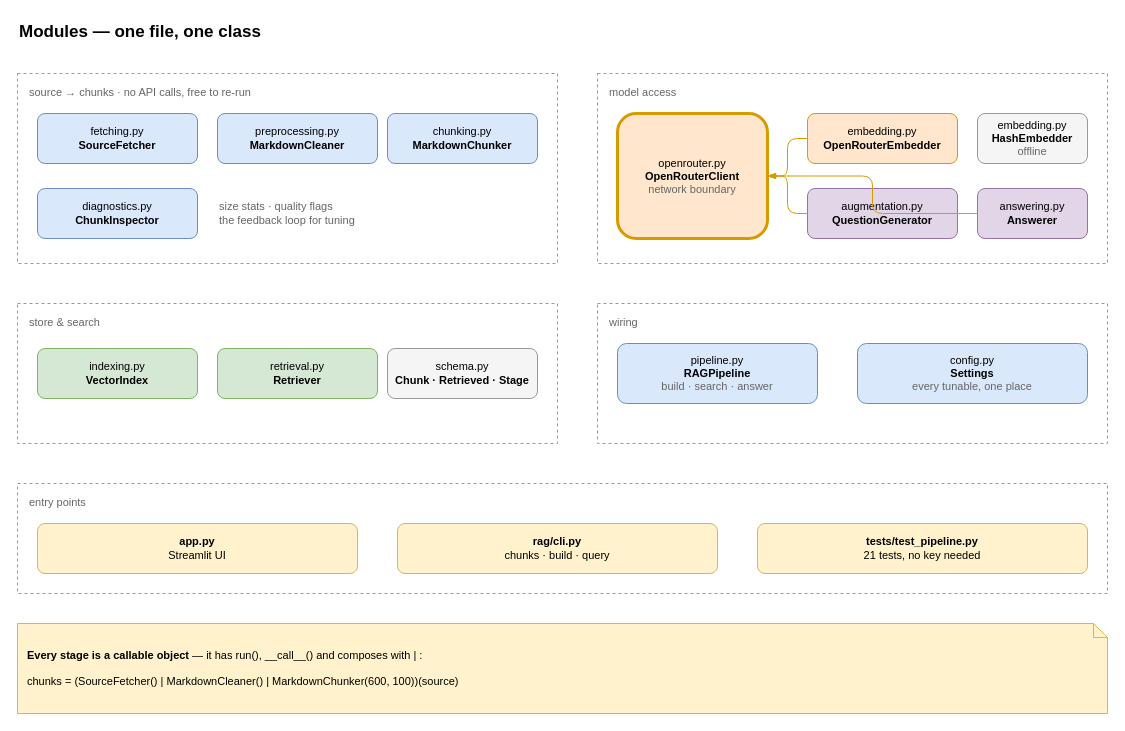
This is page "2 · Modules" (3 of 15) of architecture.drawio from marwan-osama/athletic-suppliments-RAG, a draw.io file, before an edit. Source tidied: cells renumbered, new cells numbered last; positions are measured from the earlier drawing's top-left corner, leaving out a move shared by most shapes. Both pictures are drawn from the tidied source at 100%, with x=0, y=0 at pixel (17, 17).
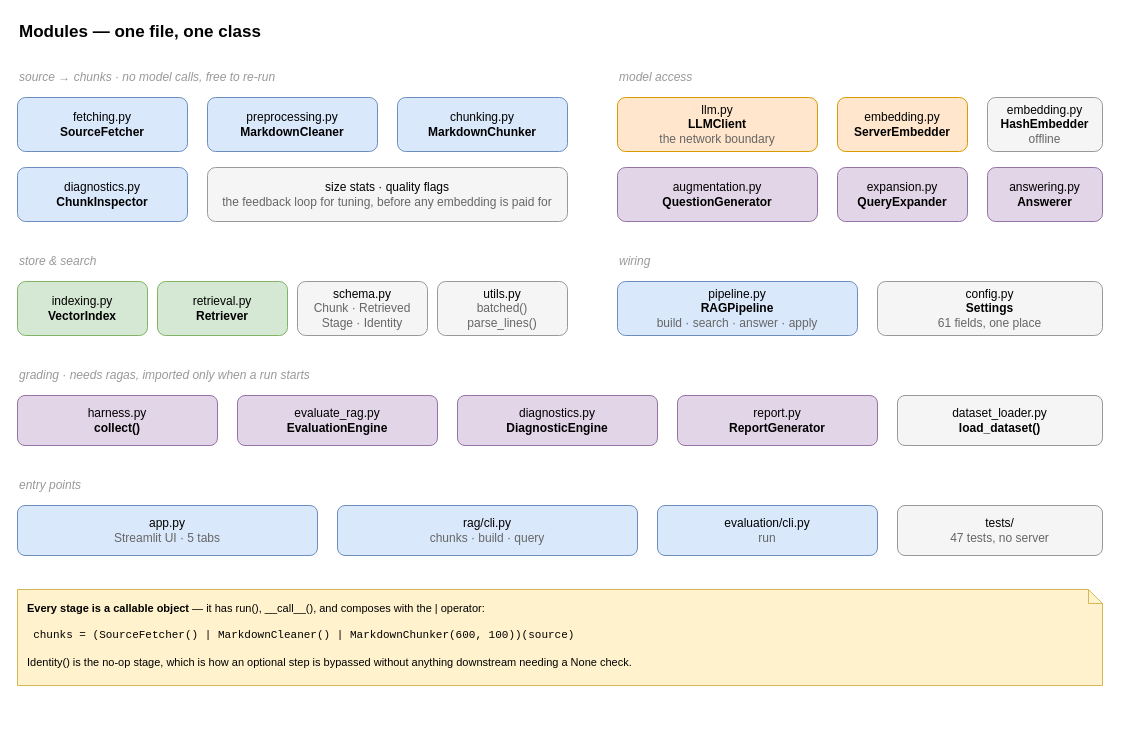
Above is the later version.

The edit, as a diff of the source:
```diff
@@
-    <mxCell id="2" value="Modules — one file, one class" style="text;html=1;fontSize=17;fontStyle=1;align=left;verticalAlign=middle;" parent="1" vertex="1">
-      <mxGeometry width="500" height="30" as="geometry" />
+    <mxCell id="2" value="Modules — one file, one class" style="text;html=1;fontSize=17;align=left;verticalAlign=middle;fontStyle=1;" parent="1" vertex="1">
+      <mxGeometry width="900" height="30" as="geometry" />
     </mxCell>
-    <mxCell id="3" value="source → chunks · no API calls, free to re-run" style="rounded=0;whiteSpace=wrap;html=1;fillColor=none;strokeColor=#999999;dashed=1;verticalAlign=top;align=left;spacingLeft=10;spacingTop=6;fontSize=11;fontColor=#666666;" parent="1" vertex="1">
-      <mxGeometry y="56" width="540" height="190" as="geometry" />
-    </mxCell>
+    <mxCell id="30" value="source → chunks · no model calls, free to re-run" style="text;html=1;fontSize=12;align=left;verticalAlign=middle;fontStyle=2;fontColor=#999999;" parent="1" vertex="1">
+      <mxGeometry y="50" width="420" height="20" as="geometry" />
+    </mxCell>
-    <mxCell id="4" value="fetching.py&lt;br&gt;&lt;b&gt;SourceFetcher&lt;/b&gt;" style="rounded=1;whiteSpace=wrap;html=1;fillColor=#dae8fc;strokeColor=#6c8ebf;fontSize=11;" parent="1" vertex="1">
-      <mxGeometry x="20" y="96" width="160" height="50" as="geometry" />
+    <mxCell id="4" value="fetching.py&lt;br&gt;&lt;b&gt;SourceFetcher&lt;/b&gt;" style="rounded=1;whiteSpace=wrap;html=1;fillColor=#dae8fc;strokeColor=#6c8ebf;fontSize=12;" parent="1" vertex="1">
+      <mxGeometry y="80" width="170" height="54" as="geometry" />
     </mxCell>
-    <mxCell id="5" value="preprocessing.py&lt;br&gt;&lt;b&gt;MarkdownCleaner&lt;/b&gt;" style="rounded=1;whiteSpace=wrap;html=1;fillColor=#dae8fc;strokeColor=#6c8ebf;fontSize=11;" parent="1" vertex="1">
-      <mxGeometry x="200" y="96" width="160" height="50" as="geometry" />
+    <mxCell id="5" value="preprocessing.py&lt;br&gt;&lt;b&gt;MarkdownCleaner&lt;/b&gt;" style="rounded=1;whiteSpace=wrap;html=1;fillColor=#dae8fc;strokeColor=#6c8ebf;fontSize=12;" parent="1" vertex="1">
+      <mxGeometry x="190" y="80" width="170" height="54" as="geometry" />
     </mxCell>
-    <mxCell id="6" value="chunking.py&lt;br&gt;&lt;b&gt;MarkdownChunker&lt;/b&gt;" style="rounded=1;whiteSpace=wrap;html=1;fillColor=#dae8fc;strokeColor=#6c8ebf;fontSize=11;" parent="1" vertex="1">
-      <mxGeometry x="370" y="96" width="150" height="50" as="geometry" />
+    <mxCell id="6" value="chunking.py&lt;br&gt;&lt;b&gt;MarkdownChunker&lt;/b&gt;" style="rounded=1;whiteSpace=wrap;html=1;fillColor=#dae8fc;strokeColor=#6c8ebf;fontSize=12;" parent="1" vertex="1">
+      <mxGeometry x="380" y="80" width="170" height="54" as="geometry" />
     </mxCell>
-    <mxCell id="7" value="diagnostics.py&lt;br&gt;&lt;b&gt;ChunkInspector&lt;/b&gt;" style="rounded=1;whiteSpace=wrap;html=1;fillColor=#dae8fc;strokeColor=#6c8ebf;fontSize=11;" parent="1" vertex="1">
-      <mxGeometry x="20" y="171" width="160" height="50" as="geometry" />
+    <mxCell id="7" value="diagnostics.py&lt;br&gt;&lt;b&gt;ChunkInspector&lt;/b&gt;" style="rounded=1;whiteSpace=wrap;html=1;fillColor=#dae8fc;strokeColor=#6c8ebf;fontSize=12;" parent="1" vertex="1">
+      <mxGeometry y="150" width="170" height="54" as="geometry" />
     </mxCell>
-    <mxCell id="8" value="&lt;font color=&quot;#666666&quot;&gt;size stats · quality flags&lt;br&gt;the feedback loop for tuning&lt;/font&gt;" style="text;html=1;align=left;verticalAlign=middle;fontSize=11;" parent="1" vertex="1">
-      <mxGeometry x="200" y="171" width="240" height="50" as="geometry" />
-    </mxCell>
+    <mxCell id="31" value="size stats · quality flags&lt;br&gt;&lt;font color=&quot;#666666&quot;&gt;the feedback loop for tuning, before any embedding is paid for&lt;/font&gt;" style="rounded=1;whiteSpace=wrap;html=1;fillColor=#f5f5f5;strokeColor=#999999;fontSize=12;" parent="1" vertex="1">
+      <mxGeometry x="190" y="150" width="360" height="54" as="geometry" />
+    </mxCell>
-    <mxCell id="9" value="model access" style="rounded=0;whiteSpace=wrap;html=1;fillColor=none;strokeColor=#999999;dashed=1;verticalAlign=top;align=left;spacingLeft=10;spacingTop=6;fontSize=11;fontColor=#666666;" parent="1" vertex="1">
-      <mxGeometry x="580" y="56" width="510" height="190" as="geometry" />
+    <mxCell id="9" value="model access" style="text;html=1;fontSize=12;align=left;verticalAlign=middle;fontStyle=2;fontColor=#999999;" parent="1" vertex="1">
+      <mxGeometry x="600" y="50" width="300" height="20" as="geometry" />
     </mxCell>
-    <mxCell id="10" value="openrouter.py&lt;br&gt;&lt;b&gt;OpenRouterClient&lt;/b&gt;&lt;br&gt;&lt;font color=&quot;#666666&quot;&gt;network boundary&lt;/font&gt;" style="rounded=1;whiteSpace=wrap;html=1;fillColor=#ffe6cc;strokeColor=#d79b00;strokeWidth=3;fontSize=11;" parent="1" vertex="1">
-      <mxGeometry x="600" y="96" width="150" height="125" as="geometry" />
-    </mxCell>
-    <mxCell id="11" value="embedding.py&lt;br&gt;&lt;b&gt;OpenRouterEmbedder&lt;/b&gt;" style="rounded=1;whiteSpace=wrap;html=1;fillColor=#ffe6cc;strokeColor=#d79b00;fontSize=11;" parent="1" vertex="1">
-      <mxGeometry x="790" y="96" width="150" height="50" as="geometry" />
-    </mxCell>
+    <mxCell id="32" value="llm.py&lt;br&gt;&lt;b&gt;LLMClient&lt;/b&gt;&lt;br&gt;&lt;font color=&quot;#666666&quot;&gt;the network boundary&lt;/font&gt;" style="rounded=1;whiteSpace=wrap;html=1;fillColor=#ffe6cc;strokeColor=#d79b00;fontSize=12;" parent="1" vertex="1">
+      <mxGeometry x="600" y="80" width="200" height="54" as="geometry" />
+    </mxCell>
+    <mxCell id="33" value="embedding.py&lt;br&gt;&lt;b&gt;ServerEmbedder&lt;/b&gt;" style="rounded=1;whiteSpace=wrap;html=1;fillColor=#ffe6cc;strokeColor=#d79b00;fontSize=12;" parent="1" vertex="1">
+      <mxGeometry x="820" y="80" width="130" height="54" as="geometry" />
+    </mxCell>
+    <mxCell id="14" value="embedding.py&lt;br&gt;&lt;b&gt;HashEmbedder&lt;/b&gt;&lt;br&gt;&lt;font color=&quot;#666666&quot;&gt;offline&lt;/font&gt;" style="rounded=1;whiteSpace=wrap;html=1;fillColor=#f5f5f5;strokeColor=#999999;fontSize=12;" parent="1" vertex="1">
+      <mxGeometry x="970" y="80" width="115" height="54" as="geometry" />
+    </mxCell>
-    <mxCell id="12" value="augmentation.py&lt;br&gt;&lt;b&gt;QuestionGenerator&lt;/b&gt;" style="rounded=1;whiteSpace=wrap;html=1;fillColor=#e1d5e7;strokeColor=#9673a6;fontSize=11;" parent="1" vertex="1">
-      <mxGeometry x="790" y="171" width="150" height="50" as="geometry" />
+    <mxCell id="12" value="augmentation.py&lt;br&gt;&lt;b&gt;QuestionGenerator&lt;/b&gt;" style="rounded=1;whiteSpace=wrap;html=1;fillColor=#e1d5e7;strokeColor=#9673a6;fontSize=12;" parent="1" vertex="1">
+      <mxGeometry x="600" y="150" width="200" height="54" as="geometry" />
     </mxCell>
+    <mxCell id="34" value="expansion.py&lt;br&gt;&lt;b&gt;QueryExpander&lt;/b&gt;" style="rounded=1;whiteSpace=wrap;html=1;fillColor=#e1d5e7;strokeColor=#9673a6;fontSize=12;" parent="1" vertex="1">
+      <mxGeometry x="820" y="150" width="130" height="54" as="geometry" />
+    </mxCell>
-    <mxCell id="13" value="answering.py&lt;br&gt;&lt;b&gt;Answerer&lt;/b&gt;" style="rounded=1;whiteSpace=wrap;html=1;fillColor=#e1d5e7;strokeColor=#9673a6;fontSize=11;" parent="1" vertex="1">
-      <mxGeometry x="960" y="171" width="110" height="50" as="geometry" />
+    <mxCell id="13" value="answering.py&lt;br&gt;&lt;b&gt;Answerer&lt;/b&gt;" style="rounded=1;whiteSpace=wrap;html=1;fillColor=#e1d5e7;strokeColor=#9673a6;fontSize=12;" parent="1" vertex="1">
+      <mxGeometry x="970" y="150" width="115" height="54" as="geometry" />
     </mxCell>
-    <mxCell id="14" value="embedding.py&lt;br&gt;&lt;b&gt;HashEmbedder&lt;/b&gt;&lt;br&gt;&lt;font color=&quot;#666666&quot;&gt;offline&lt;/font&gt;" style="rounded=1;whiteSpace=wrap;html=1;fillColor=#f5f5f5;strokeColor=#999999;fontSize=11;" parent="1" vertex="1">
-      <mxGeometry x="960" y="96" width="110" height="50" as="geometry" />
-    </mxCell>
-    <mxCell id="15" style="edgeStyle=orthogonalEdgeStyle;rounded=1;html=1;endArrow=blockThin;endFill=1;strokeColor=#d79b00;" parent="1" edge="1" source="11" target="10">
-      <mxGeometry relative="1" as="geometry" />
-    </mxCell>
-    <mxCell id="16" style="edgeStyle=orthogonalEdgeStyle;rounded=1;html=1;endArrow=blockThin;endFill=1;strokeColor=#d79b00;" parent="1" edge="1" source="12" target="10">
-      <mxGeometry relative="1" as="geometry" />
-    </mxCell>
-    <mxCell id="17" style="edgeStyle=orthogonalEdgeStyle;rounded=1;html=1;endArrow=blockThin;endFill=1;strokeColor=#d79b00;" parent="1" edge="1" source="13" target="10">
-      <mxGeometry relative="1" as="geometry" />
-    </mxCell>
-    <mxCell id="18" value="store &amp;amp; search" style="rounded=0;whiteSpace=wrap;html=1;fillColor=none;strokeColor=#999999;dashed=1;verticalAlign=top;align=left;spacingLeft=10;spacingTop=6;fontSize=11;fontColor=#666666;" parent="1" vertex="1">
-      <mxGeometry y="286" width="540" height="140" as="geometry" />
+    <mxCell id="18" value="store &amp; search" style="text;html=1;fontSize=12;align=left;verticalAlign=middle;fontStyle=2;fontColor=#999999;" parent="1" vertex="1">
+      <mxGeometry y="234" width="420" height="20" as="geometry" />
     </mxCell>
-    <mxCell id="19" value="indexing.py&lt;br&gt;&lt;b&gt;VectorIndex&lt;/b&gt;" style="rounded=1;whiteSpace=wrap;html=1;fillColor=#d5e8d4;strokeColor=#82b366;fontSize=11;" parent="1" vertex="1">
-      <mxGeometry x="20" y="331" width="160" height="50" as="geometry" />
+    <mxCell id="19" value="indexing.py&lt;br&gt;&lt;b&gt;VectorIndex&lt;/b&gt;" style="rounded=1;whiteSpace=wrap;html=1;fillColor=#d5e8d4;strokeColor=#82b366;fontSize=12;" parent="1" vertex="1">
+      <mxGeometry y="264" width="130" height="54" as="geometry" />
     </mxCell>
-    <mxCell id="20" value="retrieval.py&lt;br&gt;&lt;b&gt;Retriever&lt;/b&gt;" style="rounded=1;whiteSpace=wrap;html=1;fillColor=#d5e8d4;strokeColor=#82b366;fontSize=11;" parent="1" vertex="1">
-      <mxGeometry x="200" y="331" width="160" height="50" as="geometry" />
+    <mxCell id="20" value="retrieval.py&lt;br&gt;&lt;b&gt;Retriever&lt;/b&gt;" style="rounded=1;whiteSpace=wrap;html=1;fillColor=#d5e8d4;strokeColor=#82b366;fontSize=12;" parent="1" vertex="1">
+      <mxGeometry x="140" y="264" width="130" height="54" as="geometry" />
     </mxCell>
-    <mxCell id="21" value="schema.py&lt;br&gt;&lt;b&gt;Chunk · Retrieved · Stage&lt;/b&gt;" style="rounded=1;whiteSpace=wrap;html=1;fillColor=#f5f5f5;strokeColor=#999999;fontSize=11;" parent="1" vertex="1">
-      <mxGeometry x="370" y="331" width="150" height="50" as="geometry" />
-    </mxCell>
+    <mxCell id="35" value="schema.py&lt;br&gt;&lt;font color=&quot;#666666&quot;&gt;Chunk · Retrieved&lt;br&gt;Stage · Identity&lt;/font&gt;" style="rounded=1;whiteSpace=wrap;html=1;fillColor=#f5f5f5;strokeColor=#999999;fontSize=12;" parent="1" vertex="1">
+      <mxGeometry x="280" y="264" width="130" height="54" as="geometry" />
+    </mxCell>
+    <mxCell id="36" value="utils.py&lt;br&gt;&lt;font color=&quot;#666666&quot;&gt;batched()&lt;br&gt;parse_lines()&lt;/font&gt;" style="rounded=1;whiteSpace=wrap;html=1;fillColor=#f5f5f5;strokeColor=#999999;fontSize=12;" parent="1" vertex="1">
+      <mxGeometry x="420" y="264" width="130" height="54" as="geometry" />
+    </mxCell>
-    <mxCell id="22" value="wiring" style="rounded=0;whiteSpace=wrap;html=1;fillColor=none;strokeColor=#999999;dashed=1;verticalAlign=top;align=left;spacingLeft=10;spacingTop=6;fontSize=11;fontColor=#666666;" parent="1" vertex="1">
-      <mxGeometry x="580" y="286" width="510" height="140" as="geometry" />
+    <mxCell id="22" value="wiring" style="text;html=1;fontSize=12;align=left;verticalAlign=middle;fontStyle=2;fontColor=#999999;" parent="1" vertex="1">
+      <mxGeometry x="600" y="234" width="300" height="20" as="geometry" />
     </mxCell>
-    <mxCell id="23" value="pipeline.py&lt;br&gt;&lt;b&gt;RAGPipeline&lt;/b&gt;&lt;br&gt;&lt;font color=&quot;#666666&quot;&gt;build · search · answer&lt;/font&gt;" style="rounded=1;whiteSpace=wrap;html=1;fillColor=#dae8fc;strokeColor=#6c8ebf;fontSize=11;" parent="1" vertex="1">
-      <mxGeometry x="600" y="326" width="200" height="60" as="geometry" />
-    </mxCell>
-    <mxCell id="24" value="config.py&lt;br&gt;&lt;b&gt;Settings&lt;/b&gt;&lt;br&gt;&lt;font color=&quot;#666666&quot;&gt;every tunable, one place&lt;/font&gt;" style="rounded=1;whiteSpace=wrap;html=1;fillColor=#dae8fc;strokeColor=#6c8ebf;fontSize=11;" parent="1" vertex="1">
-      <mxGeometry x="840" y="326" width="230" height="60" as="geometry" />
-    </mxCell>
+    <mxCell id="37" value="pipeline.py&lt;br&gt;&lt;b&gt;RAGPipeline&lt;/b&gt;&lt;br&gt;&lt;font color=&quot;#666666&quot;&gt;build · search · answer · apply&lt;/font&gt;" style="rounded=1;whiteSpace=wrap;html=1;fillColor=#dae8fc;strokeColor=#6c8ebf;fontSize=12;" parent="1" vertex="1">
+      <mxGeometry x="600" y="264" width="240" height="54" as="geometry" />
+    </mxCell>
+    <mxCell id="38" value="config.py&lt;br&gt;&lt;b&gt;Settings&lt;/b&gt;&lt;br&gt;&lt;font color=&quot;#666666&quot;&gt;61 fields, one place&lt;/font&gt;" style="rounded=1;whiteSpace=wrap;html=1;fillColor=#f5f5f5;strokeColor=#999999;fontSize=12;" parent="1" vertex="1">
+      <mxGeometry x="860" y="264" width="225" height="54" as="geometry" />
+    </mxCell>
+    <mxCell id="39" value="grading · needs ragas, imported only when a run starts" style="text;html=1;fontSize=12;align=left;verticalAlign=middle;fontStyle=2;fontColor=#999999;" parent="1" vertex="1">
+      <mxGeometry y="348" width="420" height="20" as="geometry" />
+    </mxCell>
+    <mxCell id="40" value="harness.py&lt;br&gt;&lt;b&gt;collect()&lt;/b&gt;" style="rounded=1;whiteSpace=wrap;html=1;fillColor=#e1d5e7;strokeColor=#9673a6;fontSize=12;" parent="1" vertex="1">
+      <mxGeometry y="378" width="200" height="50" as="geometry" />
+    </mxCell>
+    <mxCell id="41" value="evaluate_rag.py&lt;br&gt;&lt;b&gt;EvaluationEngine&lt;/b&gt;" style="rounded=1;whiteSpace=wrap;html=1;fillColor=#e1d5e7;strokeColor=#9673a6;fontSize=12;" parent="1" vertex="1">
+      <mxGeometry x="220" y="378" width="200" height="50" as="geometry" />
+    </mxCell>
+    <mxCell id="42" value="diagnostics.py&lt;br&gt;&lt;b&gt;DiagnosticEngine&lt;/b&gt;" style="rounded=1;whiteSpace=wrap;html=1;fillColor=#e1d5e7;strokeColor=#9673a6;fontSize=12;" parent="1" vertex="1">
+      <mxGeometry x="440" y="378" width="200" height="50" as="geometry" />
+    </mxCell>
+    <mxCell id="43" value="report.py&lt;br&gt;&lt;b&gt;ReportGenerator&lt;/b&gt;" style="rounded=1;whiteSpace=wrap;html=1;fillColor=#e1d5e7;strokeColor=#9673a6;fontSize=12;" parent="1" vertex="1">
+      <mxGeometry x="660" y="378" width="200" height="50" as="geometry" />
+    </mxCell>
+    <mxCell id="44" value="dataset_loader.py&lt;br&gt;&lt;b&gt;load_dataset()&lt;/b&gt;" style="rounded=1;whiteSpace=wrap;html=1;fillColor=#f5f5f5;strokeColor=#999999;fontSize=12;" parent="1" vertex="1">
+      <mxGeometry x="880" y="378" width="205" height="50" as="geometry" />
+    </mxCell>
-    <mxCell id="25" value="entry points" style="rounded=0;whiteSpace=wrap;html=1;fillColor=none;strokeColor=#999999;dashed=1;verticalAlign=top;align=left;spacingLeft=10;spacingTop=6;fontSize=11;fontColor=#666666;" parent="1" vertex="1">
-      <mxGeometry y="466" width="1090" height="110" as="geometry" />
+    <mxCell id="25" value="entry points" style="text;html=1;fontSize=12;align=left;verticalAlign=middle;fontStyle=2;fontColor=#999999;" parent="1" vertex="1">
+      <mxGeometry y="458" width="420" height="20" as="geometry" />
     </mxCell>
-    <mxCell id="26" value="&lt;b&gt;app.py&lt;/b&gt;&lt;br&gt;Streamlit UI" style="rounded=1;whiteSpace=wrap;html=1;fillColor=#fff2cc;strokeColor=#d6b656;fontSize=11;" parent="1" vertex="1">
-      <mxGeometry x="20" y="506" width="320" height="50" as="geometry" />
-    </mxCell>
+    <mxCell id="45" value="app.py&lt;br&gt;&lt;font color=&quot;#666666&quot;&gt;Streamlit UI · 5 tabs&lt;/font&gt;" style="rounded=1;whiteSpace=wrap;html=1;fillColor=#dae8fc;strokeColor=#6c8ebf;fontSize=12;" parent="1" vertex="1">
+      <mxGeometry y="488" width="300" height="50" as="geometry" />
+    </mxCell>
-    <mxCell id="27" value="&lt;b&gt;rag/cli.py&lt;/b&gt;&lt;br&gt;chunks · build · query" style="rounded=1;whiteSpace=wrap;html=1;fillColor=#fff2cc;strokeColor=#d6b656;fontSize=11;" parent="1" vertex="1">
-      <mxGeometry x="380" y="506" width="320" height="50" as="geometry" />
+    <mxCell id="27" value="rag/cli.py&lt;br&gt;&lt;font color=&quot;#666666&quot;&gt;chunks · build · query&lt;/font&gt;" style="rounded=1;whiteSpace=wrap;html=1;fillColor=#dae8fc;strokeColor=#6c8ebf;fontSize=12;" parent="1" vertex="1">
+      <mxGeometry x="320" y="488" width="300" height="50" as="geometry" />
     </mxCell>
-    <mxCell id="28" value="&lt;b&gt;tests/test_pipeline.py&lt;/b&gt;&lt;br&gt;21 tests, no key needed" style="rounded=1;whiteSpace=wrap;html=1;fillColor=#fff2cc;strokeColor=#d6b656;fontSize=11;" parent="1" vertex="1">
-      <mxGeometry x="740" y="506" width="330" height="50" as="geometry" />
-    </mxCell>
-    <mxCell id="29" value="&lt;b&gt;Every stage is a callable object&lt;/b&gt; — it has run(), __call__() and composes with | :&lt;br&gt;&lt;br&gt;chunks = (SourceFetcher() | MarkdownCleaner() | MarkdownChunker(600, 100))(source)" style="shape=note;whiteSpace=wrap;html=1;fillColor=#fff2cc;strokeColor=#d6b656;size=14;align=left;spacingLeft=8;fontSize=11;verticalAlign=middle;" parent="1" vertex="1">
-      <mxGeometry y="606" width="1090" height="90" as="geometry" />
-    </mxCell>
+    <mxCell id="46" value="evaluation/cli.py&lt;br&gt;&lt;font color=&quot;#666666&quot;&gt;run&lt;/font&gt;" style="rounded=1;whiteSpace=wrap;html=1;fillColor=#dae8fc;strokeColor=#6c8ebf;fontSize=12;" parent="1" vertex="1">
+      <mxGeometry x="640" y="488" width="220" height="50" as="geometry" />
+    </mxCell>
+    <mxCell id="47" value="tests/&lt;br&gt;&lt;font color=&quot;#666666&quot;&gt;47 tests, no server&lt;/font&gt;" style="rounded=1;whiteSpace=wrap;html=1;fillColor=#f5f5f5;strokeColor=#999999;fontSize=12;" parent="1" vertex="1">
+      <mxGeometry x="880" y="488" width="205" height="50" as="geometry" />
+    </mxCell>
+    <mxCell id="48" value="&lt;b&gt;Every stage is a callable object&lt;/b&gt; — it has run(), __call__(), and composes with the | operator:&lt;br&gt;&lt;br&gt;&amp;nbsp;&amp;nbsp;&lt;font face=&quot;Courier New&quot;&gt;chunks = (SourceFetcher() | MarkdownCleaner() | MarkdownChunker(600, 100))(source)&lt;/font&gt;&lt;br&gt;&lt;br&gt;Identity() is the no-op stage, which is how an optional step is bypassed without anything downstream needing a None check." style="shape=note;whiteSpace=wrap;html=1;fillColor=#fff2cc;strokeColor=#d6b656;size=14;align=left;spacingLeft=8;fontSize=11;verticalAlign=top;spacingTop=6;" parent="1" vertex="1">
+      <mxGeometry y="572" width="1085" height="96" as="geometry" />
+    </mxCell>
```
